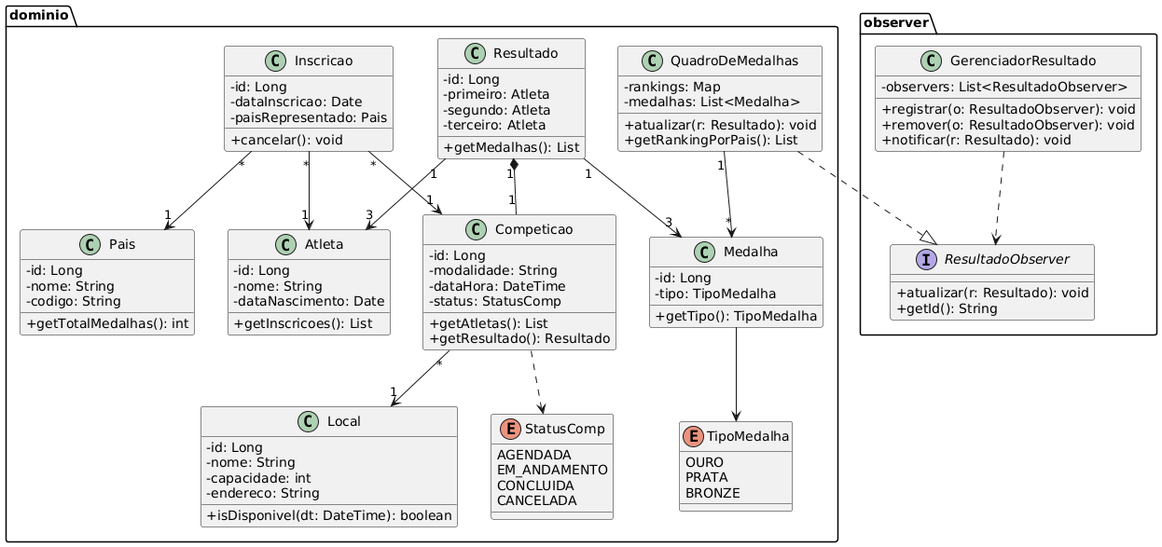
Above: imagens/diagrama-de-classes.png in GpNonato/sistema-gestao-olimpiadas (PlantUML), before the change.
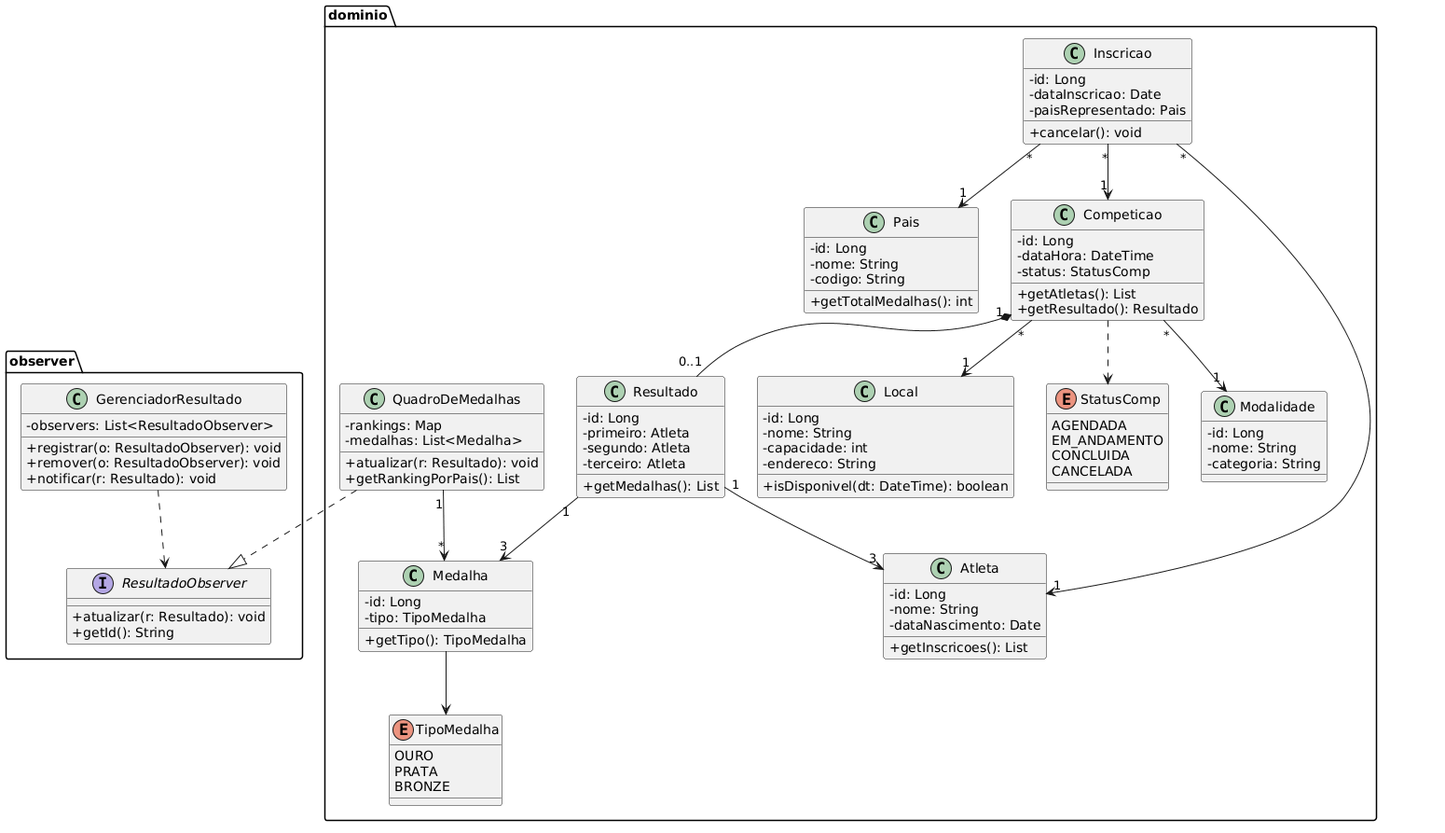
After the change.

Commit message:
fix: ajustar diagrama de classes do SGO

What changed in the source:
```diff
@@ -30,9 +30,14 @@
     + getInscricoes(): List
   }
 
+  class Modalidade {
+    - id: Long
+    - nome: String
+    - categoria: String
+  }
+
   class Competicao {
     - id: Long
-    - modalidade: String
     - dataHora: DateTime
     - status: StatusComp
     + getAtletas(): List
@@ -76,10 +81,11 @@
   }
 
   Competicao "*" --> "1" Local
+  Competicao "*" --> "1" Modalidade
   Inscricao "*" --> "1" Atleta
   Inscricao "*" --> "1" Competicao
   Inscricao "*" --> "1" Pais
-  Resultado "1" *-- "1" Competicao
+  Competicao "1" *-- "0..1" Resultado
   Resultado "1" --> "3" Atleta
   Resultado "1" --> "3" Medalha
   Medalha --> TipoMedalha
```
